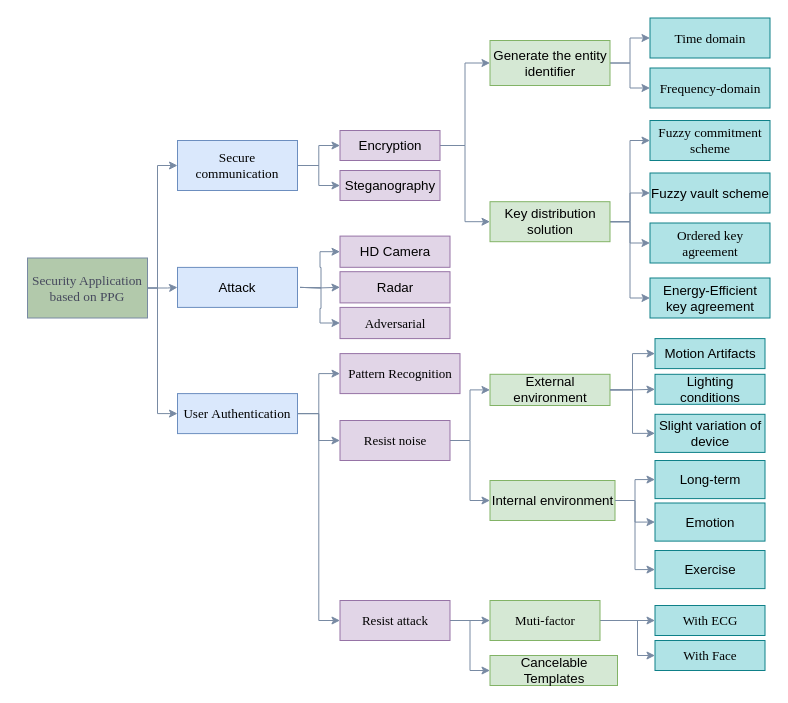
The draw.io diagram classDiagram.drawio in NasTul/Diagrams, before the edit. Source tidied: cells renumbered, new cells numbered last; positions are measured from the earlier drawing's top-left corner, leaving out a move shared by most shapes. Both pictures are drawn from the tidied source at 100%, with x=0, y=0 at pixel (27, 18).
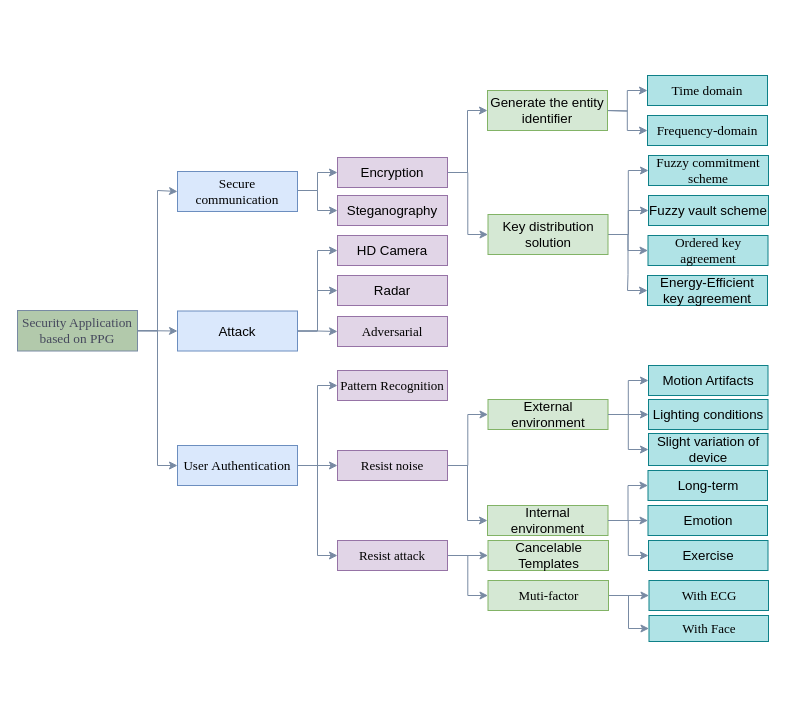
The same page after the edit.

What changed in the source:
```diff
@@
     <mxCell id="2" style="edgeStyle=orthogonalEdgeStyle;rounded=0;jettySize=auto;html=1;entryX=0;entryY=0.5;entryDx=0;entryDy=0;fillColor=#B2C9AB;strokeColor=#788AA3;fontColor=#46495D;exitX=1;exitY=0.5;exitDx=0;exitDy=0;" parent="1" edge="1" source="5" target="10">
       <mxGeometry relative="1" as="geometry">
         <Array as="points">
-          <mxPoint x="130" y="270" />
-          <mxPoint x="130" y="147" />
+          <mxPoint x="130" y="312" />
+          <mxPoint x="130" y="172" />
         </Array>
       </mxGeometry>
     </mxCell>
@@
     <mxCell id="4" style="edgeStyle=orthogonalEdgeStyle;rounded=0;jettySize=auto;html=1;fillColor=#B2C9AB;strokeColor=#788AA3;entryX=0;entryY=0.5;entryDx=0;entryDy=0;fontColor=#46495D;exitX=1;exitY=0.5;exitDx=0;exitDy=0;" parent="1" edge="1" source="5" target="46">
       <mxGeometry relative="1" as="geometry">
         <Array as="points">
-          <mxPoint x="130" y="270" />
-          <mxPoint x="130" y="395" />
+          <mxPoint x="130" y="312" />
+          <mxPoint x="130" y="447" />
         </Array>
       </mxGeometry>
     </mxCell>
     <mxCell id="5" value="&lt;span style=&quot;font-size: 10pt&quot;&gt;&lt;font face=&quot;Times New Roman&quot;&gt;Security Application based on PPG&lt;/font&gt;&lt;/span&gt;" style="rounded=0;whiteSpace=wrap;html=1;fillColor=#B2C9AB;strokeColor=#788AA3;fontColor=#46495D;" parent="1" vertex="1">
-      <mxGeometry y="239.5" width="120" height="60" as="geometry" />
+      <mxGeometry x="-10" y="292" width="120" height="40.5" as="geometry" />
     </mxCell>
@@
-    <mxCell id="8" style="edgeStyle=orthogonalEdgeStyle;rounded=0;jettySize=auto;html=1;entryX=0;entryY=0.5;entryDx=0;entryDy=0;fillColor=#B2C9AB;strokeColor=#788AA3;fontColor=#46495D;" parent="1" edge="1" source="10" target="17">
-      <mxGeometry relative="1" as="geometry" />
+    <mxCell id="8" style="edgeStyle=orthogonalEdgeStyle;rounded=0;jettySize=auto;html=1;entryX=0;entryY=0.5;entryDx=0;entryDy=0;fillColor=#B2C9AB;strokeColor=#788AA3;fontColor=#46495D;" parent="1" edge="1" target="17">
+      <mxGeometry relative="1" as="geometry">
+        <mxPoint x="270" y="182" as="sourcePoint" />
+        <Array as="points">
+          <mxPoint x="270" y="172" />
+          <mxPoint x="290" y="172" />
+          <mxPoint x="290" y="154" />
+        </Array>
+      </mxGeometry>
     </mxCell>
-    <mxCell id="9" style="edgeStyle=orthogonalEdgeStyle;rounded=0;jettySize=auto;html=1;entryX=0;entryY=0.5;entryDx=0;entryDy=0;fillColor=#B2C9AB;strokeColor=#788AA3;fontColor=#46495D;" parent="1" edge="1" source="10" target="18">
-      <mxGeometry relative="1" as="geometry" />
+    <mxCell id="9" style="edgeStyle=orthogonalEdgeStyle;rounded=0;jettySize=auto;html=1;entryX=0;entryY=0.5;entryDx=0;entryDy=0;fillColor=#B2C9AB;strokeColor=#788AA3;fontColor=#46495D;" parent="1" edge="1" target="18">
+      <mxGeometry relative="1" as="geometry">
+        <mxPoint x="270" y="172" as="sourcePoint" />
+        <Array as="points">
+          <mxPoint x="270" y="172" />
+          <mxPoint x="290" y="172" />
+          <mxPoint x="290" y="192" />
+        </Array>
+      </mxGeometry>
     </mxCell>
     <mxCell id="10" value="&lt;span style=&quot;font-size: 10pt&quot;&gt;&lt;font face=&quot;Times New Roman&quot;&gt;Secure communication&lt;/font&gt;&lt;/span&gt;" style="rounded=0;whiteSpace=wrap;html=1;fillColor=#dae8fc;strokeColor=#6c8ebf;" parent="1" vertex="1">
-      <mxGeometry x="150" y="122" width="120" height="50" as="geometry" />
+      <mxGeometry x="150" y="153" width="120" height="40" as="geometry" />
     </mxCell>
-    <mxCell id="11" style="edgeStyle=orthogonalEdgeStyle;rounded=0;jettySize=auto;html=1;entryX=0;entryY=0.5;entryDx=0;entryDy=0;fillColor=#B2C9AB;strokeColor=#788AA3;fontColor=#46495D;" parent="1" edge="1" target="32">
-      <mxGeometry relative="1" as="geometry">
-        <mxPoint x="272.5" y="268.9" as="sourcePoint" />
-      </mxGeometry>
+    <mxCell id="11" style="edgeStyle=orthogonalEdgeStyle;rounded=0;jettySize=auto;html=1;entryX=0;entryY=0.5;entryDx=0;entryDy=0;fillColor=#B2C9AB;strokeColor=#788AA3;fontColor=#46495D;exitX=1;exitY=0.5;exitDx=0;exitDy=0;" parent="1" edge="1" source="14" target="32">
+      <mxGeometry relative="1" as="geometry" />
     </mxCell>
-    <mxCell id="12" style="edgeStyle=orthogonalEdgeStyle;rounded=0;jettySize=auto;html=1;entryX=0;entryY=0.5;entryDx=0;entryDy=0;fillColor=#B2C9AB;strokeColor=#788AA3;fontColor=#46495D;" parent="1" edge="1" target="33">
-      <mxGeometry relative="1" as="geometry">
-        <mxPoint x="272.5" y="268.9" as="sourcePoint" />
-      </mxGeometry>
+    <mxCell id="12" style="edgeStyle=orthogonalEdgeStyle;rounded=0;jettySize=auto;html=1;entryX=0;entryY=0.5;entryDx=0;entryDy=0;fillColor=#B2C9AB;strokeColor=#788AA3;fontColor=#46495D;exitX=1;exitY=0.5;exitDx=0;exitDy=0;" parent="1" edge="1" source="14" target="33">
+      <mxGeometry relative="1" as="geometry" />
     </mxCell>
-    <mxCell id="13" style="edgeStyle=orthogonalEdgeStyle;rounded=0;jettySize=auto;html=1;entryX=0;entryY=0.5;entryDx=0;entryDy=0;fillColor=#B2C9AB;strokeColor=#788AA3;fontColor=#46495D;" parent="1" edge="1" target="31">
-      <mxGeometry relative="1" as="geometry">
-        <mxPoint x="272.5" y="268.9" as="sourcePoint" />
-      </mxGeometry>
+    <mxCell id="13" style="edgeStyle=orthogonalEdgeStyle;rounded=0;jettySize=auto;html=1;entryX=0;entryY=0.5;entryDx=0;entryDy=0;fillColor=#B2C9AB;strokeColor=#788AA3;fontColor=#46495D;exitX=1;exitY=0.5;exitDx=0;exitDy=0;" parent="1" edge="1" source="14" target="31">
+      <mxGeometry relative="1" as="geometry" />
     </mxCell>
     <mxCell id="14" value="&lt;span style=&quot;font-family: &amp;#34;noto_regular&amp;#34; ; font-size: 10pt&quot;&gt;Attack&lt;/span&gt;" style="rounded=0;whiteSpace=wrap;html=1;fillColor=#dae8fc;strokeColor=#6c8ebf;" parent="1" vertex="1">
-      <mxGeometry x="150" y="248.9" width="120" height="40" as="geometry" />
+      <mxGeometry x="150" y="292.5" width="120" height="40" as="geometry" />
     </mxCell>
-    <mxCell id="15" style="edgeStyle=orthogonalEdgeStyle;rounded=0;jettySize=auto;html=1;entryX=0;entryY=0.5;entryDx=0;entryDy=0;fillColor=#B2C9AB;strokeColor=#788AA3;fontColor=#46495D;" parent="1" edge="1" source="17" target="21">
+    <mxCell id="15" style="edgeStyle=orthogonalEdgeStyle;rounded=0;jettySize=auto;html=1;entryX=0;entryY=0.5;entryDx=0;entryDy=0;fillColor=#B2C9AB;strokeColor=#788AA3;fontColor=#46495D;exitX=1;exitY=0.5;exitDx=0;exitDy=0;" parent="1" edge="1" source="17" target="21">
       <mxGeometry relative="1" as="geometry" />
     </mxCell>
-    <mxCell id="16" style="edgeStyle=orthogonalEdgeStyle;rounded=0;jettySize=auto;html=1;entryX=0;entryY=0.5;entryDx=0;entryDy=0;fillColor=#B2C9AB;strokeColor=#788AA3;fontColor=#46495D;" parent="1" edge="1" source="17" target="26">
+    <mxCell id="16" style="edgeStyle=orthogonalEdgeStyle;rounded=0;jettySize=auto;html=1;entryX=0;entryY=0.5;entryDx=0;entryDy=0;fillColor=#B2C9AB;strokeColor=#788AA3;fontColor=#46495D;exitX=1;exitY=0.5;exitDx=0;exitDy=0;" parent="1" edge="1" source="17" target="26">
       <mxGeometry relative="1" as="geometry" />
     </mxCell>
     <mxCell id="17" value="&lt;span style=&quot;font-family: &amp;#34;noto_regular&amp;#34; ; font-size: 10pt&quot;&gt;Encryption&lt;/span&gt;" style="rounded=0;whiteSpace=wrap;html=1;fillColor=#e1d5e7;strokeColor=#9673a6;" parent="1" vertex="1">
-      <mxGeometry x="312.5" y="112" width="100" height="30" as="geometry" />
+      <mxGeometry x="310" y="139" width="110" height="30" as="geometry" />
     </mxCell>
     <mxCell id="18" value="&lt;span style=&quot;font-family: &amp;#34;noto_regular&amp;#34; ; font-size: 10pt&quot;&gt;Steganography&lt;/span&gt;" style="rounded=0;whiteSpace=wrap;html=1;fillColor=#e1d5e7;strokeColor=#9673a6;" parent="1" vertex="1">
-      <mxGeometry x="312.5" y="152" width="100" height="30" as="geometry" />
+      <mxGeometry x="310" y="177" width="110" height="30" as="geometry" />
     </mxCell>
-    <mxCell id="19" style="edgeStyle=orthogonalEdgeStyle;rounded=0;jettySize=auto;html=1;entryX=0;entryY=0.5;entryDx=0;entryDy=0;fillColor=#B2C9AB;strokeColor=#788AA3;fontColor=#46495D;" parent="1" edge="1" source="21" target="51">
-      <mxGeometry relative="1" as="geometry" />
+    <mxCell id="19" style="edgeStyle=orthogonalEdgeStyle;rounded=0;jettySize=auto;html=1;entryX=0;entryY=0.5;entryDx=0;entryDy=0;fillColor=#B2C9AB;strokeColor=#788AA3;fontColor=#46495D;" parent="1" edge="1" target="51">
+      <mxGeometry relative="1" as="geometry">
+        <mxPoint x="578.5" y="92" as="sourcePoint" />
+      </mxGeometry>
     </mxCell>
-    <mxCell id="20" style="edgeStyle=orthogonalEdgeStyle;rounded=0;jettySize=auto;html=1;entryX=0;entryY=0.5;entryDx=0;entryDy=0;fillColor=#B2C9AB;strokeColor=#788AA3;fontColor=#46495D;" parent="1" edge="1" source="21" target="52">
-      <mxGeometry relative="1" as="geometry" />
+    <mxCell id="20" style="edgeStyle=orthogonalEdgeStyle;rounded=0;jettySize=auto;html=1;entryX=0;entryY=0.5;entryDx=0;entryDy=0;fillColor=#B2C9AB;strokeColor=#788AA3;fontColor=#46495D;" parent="1" edge="1" target="52">
+      <mxGeometry relative="1" as="geometry">
+        <mxPoint x="578.5" y="92" as="sourcePoint" />
+      </mxGeometry>
     </mxCell>
     <mxCell id="21" value="&lt;span style=&quot;font-family: &amp;#34;noto_regular&amp;#34; ; font-size: 10pt&quot;&gt;Generate the entity identifier&lt;/span&gt;" style="rounded=0;whiteSpace=wrap;html=1;fillColor=#d5e8d4;strokeColor=#82b366;" parent="1" vertex="1">
-      <mxGeometry x="462.5" y="22" width="120" height="45" as="geometry" />
+      <mxGeometry x="460" y="72" width="120" height="40" as="geometry" />
     </mxCell>
@@
     <mxCell id="26" value="&lt;span style=&quot;font-family: &amp;#34;noto_regular&amp;#34; ; font-size: 10pt&quot;&gt;Key distribution solution&lt;/span&gt;" style="rounded=0;whiteSpace=wrap;html=1;fillColor=#d5e8d4;strokeColor=#82b366;" parent="1" vertex="1">
-      <mxGeometry x="462.5" y="183.2" width="120" height="40" as="geometry" />
+      <mxGeometry x="460.5" y="196" width="120" height="40" as="geometry" />
     </mxCell>
     <mxCell id="27" value="&lt;span style=&quot;font-size: 10pt&quot;&gt;&lt;font face=&quot;Times New Roman&quot;&gt;Fuzzy commitment scheme&lt;/font&gt;&lt;/span&gt;" style="rounded=0;whiteSpace=wrap;html=1;fillColor=#b0e3e6;strokeColor=#0e8088;" parent="1" vertex="1">
-      <mxGeometry x="622.5" y="102" width="120" height="40" as="geometry" />
+      <mxGeometry x="621" y="137" width="120" height="30" as="geometry" />
     </mxCell>
     <mxCell id="28" value="&lt;span style=&quot;font-family: &amp;#34;noto_regular&amp;#34; ; font-size: 10pt&quot;&gt;Fuzzy vault scheme&lt;/span&gt;" style="rounded=0;whiteSpace=wrap;html=1;fillColor=#b0e3e6;strokeColor=#0e8088;" parent="1" vertex="1">
-      <mxGeometry x="622.5" y="154.5" width="120" height="40" as="geometry" />
+      <mxGeometry x="621" y="177" width="120" height="30" as="geometry" />
     </mxCell>
     <mxCell id="29" value="&lt;span style=&quot;font-size: 10pt&quot;&gt;&lt;font face=&quot;Times New Roman&quot;&gt;Ordered key agreement&lt;/font&gt;&lt;/span&gt;" style="rounded=0;whiteSpace=wrap;html=1;fillColor=#b0e3e6;strokeColor=#0e8088;" parent="1" vertex="1">
-      <mxGeometry x="622.5" y="204.5" width="120" height="40" as="geometry" />
+      <mxGeometry x="620.5" y="217" width="120" height="30" as="geometry" />
     </mxCell>
     <mxCell id="30" value="&lt;span style=&quot;font-family: &amp;#34;noto_regular&amp;#34; ; font-size: 10pt&quot;&gt;Energy-Efficient key agreement&lt;/span&gt;" style="rounded=0;whiteSpace=wrap;html=1;fillColor=#b0e3e6;strokeColor=#0e8088;" parent="1" vertex="1">
-      <mxGeometry x="622.5" y="259.5" width="120" height="40" as="geometry" />
+      <mxGeometry x="620" y="257" width="120" height="30" as="geometry" />
     </mxCell>
     <mxCell id="31" value="&lt;span style=&quot;font-family: &amp;#34;noto_regular&amp;#34; ; font-size: 10pt&quot;&gt;HD Camera&lt;/span&gt;" style="rounded=0;whiteSpace=wrap;html=1;fillColor=#e1d5e7;strokeColor=#9673a6;" parent="1" vertex="1">
-      <mxGeometry x="312.5" y="217.6" width="110" height="31.2" as="geometry" />
+      <mxGeometry x="310" y="217" width="110" height="30" as="geometry" />
     </mxCell>
     <mxCell id="32" value="&lt;span style=&quot;font-family: &amp;#34;noto_regular&amp;#34; ; font-size: 10pt&quot;&gt;Radar&lt;/span&gt;" style="rounded=0;whiteSpace=wrap;html=1;fillColor=#e1d5e7;strokeColor=#9673a6;" parent="1" vertex="1">
-      <mxGeometry x="312.5" y="253.2" width="110" height="31.2" as="geometry" />
+      <mxGeometry x="310" y="257" width="110" height="30" as="geometry" />
     </mxCell>
     <mxCell id="33" value="&lt;span style=&quot;font-family: &amp;#34;times new roman&amp;#34; ; font-size: 13px ; text-align: left&quot;&gt;Adversarial &lt;/span&gt;" style="rounded=0;whiteSpace=wrap;html=1;fillColor=#e1d5e7;strokeColor=#9673a6;" parent="1" vertex="1">
-      <mxGeometry x="312.5" y="288.9" width="110" height="31.2" as="geometry" />
+      <mxGeometry x="310" y="298" width="110" height="30" as="geometry" />
     </mxCell>
     <mxCell id="34" value="&lt;font face=&quot;noto_regular&quot;&gt;&lt;span style=&quot;font-size: 13.3333px&quot;&gt;External environment&lt;/span&gt;&lt;/font&gt;" style="rounded=0;whiteSpace=wrap;html=1;fillColor=#d5e8d4;strokeColor=#82b366;" parent="1" vertex="1">
-      <mxGeometry x="462.5" y="355.8" width="120" height="31.2" as="geometry" />
+      <mxGeometry x="460.5" y="381" width="120" height="30" as="geometry" />
     </mxCell>
@@
     <mxCell id="38" value="&lt;font face=&quot;noto_regular&quot;&gt;&lt;span style=&quot;font-size: 13.3333px&quot;&gt;Motion Artifacts&lt;/span&gt;&lt;/font&gt;" style="rounded=0;whiteSpace=wrap;html=1;fillColor=#b0e3e6;strokeColor=#0e8088;" parent="1" vertex="1">
-      <mxGeometry x="627.5" y="320.1" width="110" height="30" as="geometry" />
+      <mxGeometry x="621" y="347" width="119.5" height="30" as="geometry" />
     </mxCell>
     <mxCell id="39" value="&lt;font face=&quot;noto_regular&quot;&gt;&lt;span style=&quot;font-size: 13.3333px&quot;&gt;Lighting conditions&lt;/span&gt;&lt;/font&gt;" style="rounded=0;whiteSpace=wrap;html=1;fillColor=#b0e3e6;strokeColor=#0e8088;" parent="1" vertex="1">
-      <mxGeometry x="627.5" y="355.8" width="110" height="30" as="geometry" />
+      <mxGeometry x="621" y="381" width="119.5" height="30" as="geometry" />
     </mxCell>
     <mxCell id="40" value="&lt;font face=&quot;noto_regular&quot;&gt;&lt;span style=&quot;font-size: 13.3333px&quot;&gt;Slight variation of device&lt;/span&gt;&lt;/font&gt;" style="rounded=0;whiteSpace=wrap;html=1;fillColor=#b0e3e6;strokeColor=#0e8088;" parent="1" vertex="1">
-      <mxGeometry x="627.5" y="395.8" width="110" height="38.1" as="geometry" />
+      <mxGeometry x="621" y="415" width="119.5" height="32" as="geometry" />
     </mxCell>
@@
     <mxCell id="42" value="&lt;p&gt;&lt;font face=&quot;noto_regular&quot;&gt;&lt;span style=&quot;font-size: 13.3333px&quot;&gt;Internal environment&lt;/span&gt;&lt;/font&gt;&lt;br&gt;&lt;/p&gt;" style="rounded=0;whiteSpace=wrap;html=1;fillColor=#d5e8d4;strokeColor=#82b366;" parent="1" vertex="1">
-      <mxGeometry x="462.5" y="462" width="125" height="40" as="geometry" />
+      <mxGeometry x="460" y="487" width="120.5" height="30" as="geometry" />
     </mxCell>
@@
     <mxCell id="46" value="&lt;font face=&quot;Times New Roman&quot;&gt;User&amp;nbsp;&lt;span style=&quot;font-size: 10pt&quot;&gt;Authentication&lt;/span&gt;&lt;/font&gt;" style="rounded=0;whiteSpace=wrap;html=1;fontSize=13;fillColor=#dae8fc;strokeColor=#6c8ebf;" parent="1" vertex="1">
-      <mxGeometry x="150" y="375.1" width="120" height="40" as="geometry" />
+      <mxGeometry x="150" y="427" width="120" height="40" as="geometry" />
     </mxCell>
     <mxCell id="47" value="&lt;font face=&quot;Times New Roman&quot;&gt;Resist noise&lt;/font&gt;" style="rounded=0;whiteSpace=wrap;html=1;fontSize=13;fillColor=#e1d5e7;strokeColor=#9673a6;" parent="1" vertex="1">
-      <mxGeometry x="312.5" y="402" width="110" height="40" as="geometry" />
+      <mxGeometry x="310" y="432" width="110" height="30" as="geometry" />
     </mxCell>
-    <mxCell id="48" style="edgeStyle=orthogonalEdgeStyle;rounded=0;jettySize=auto;html=1;entryX=0;entryY=0.5;entryDx=0;entryDy=0;fillColor=#B2C9AB;strokeColor=#788AA3;fontColor=#46495D;" parent="1" edge="1" source="50" target="53">
-      <mxGeometry relative="1" as="geometry" />
+    <mxCell id="48" style="edgeStyle=orthogonalEdgeStyle;rounded=0;jettySize=auto;html=1;entryX=0;entryY=0.5;entryDx=0;entryDy=0;fillColor=#B2C9AB;strokeColor=#788AA3;fontColor=#46495D;exitX=1;exitY=0.5;exitDx=0;exitDy=0;" parent="1" edge="1" source="50" target="53">
+      <mxGeometry relative="1" as="geometry">
+        <Array as="points">
+          <mxPoint x="622" y="577" />
+        </Array>
+      </mxGeometry>
     </mxCell>
-    <mxCell id="49" style="edgeStyle=orthogonalEdgeStyle;rounded=0;jettySize=auto;html=1;entryX=0;entryY=0.5;entryDx=0;entryDy=0;fillColor=#B2C9AB;strokeColor=#788AA3;fontColor=#46495D;" parent="1" edge="1" source="50" target="54">
+    <mxCell id="49" style="edgeStyle=orthogonalEdgeStyle;rounded=0;jettySize=auto;html=1;entryX=0;entryY=0.5;entryDx=0;entryDy=0;fillColor=#B2C9AB;strokeColor=#788AA3;fontColor=#46495D;exitX=1;exitY=0.5;exitDx=0;exitDy=0;" parent="1" edge="1" source="50" target="54">
       <mxGeometry relative="1" as="geometry">
         <Array as="points">
-          <mxPoint x="610" y="602" />
-          <mxPoint x="610" y="637" />
+          <mxPoint x="601" y="577" />
+          <mxPoint x="601" y="610" />
         </Array>
       </mxGeometry>
     </mxCell>
     <mxCell id="50" value="&lt;font face=&quot;Times New Roman&quot;&gt;Muti-factor&lt;/font&gt;" style="rounded=0;whiteSpace=wrap;html=1;fontSize=13;fillColor=#d5e8d4;strokeColor=#82b366;" parent="1" vertex="1">
-      <mxGeometry x="462.5" y="582" width="110" height="40" as="geometry" />
+      <mxGeometry x="460.5" y="562" width="120.5" height="30" as="geometry" />
     </mxCell>
     <mxCell id="51" value="&lt;font face=&quot;Times New Roman&quot;&gt;&lt;span style=&quot;font-size: 10pt&quot;&gt;Time &lt;/span&gt;&lt;span style=&quot;font-size: 13.3333px&quot;&gt;domain&lt;/span&gt;&lt;br&gt;&lt;/font&gt;" style="rounded=0;whiteSpace=wrap;html=1;fillColor=#b0e3e6;strokeColor=#0e8088;" parent="1" vertex="1">
-      <mxGeometry x="622.5" y="-0.5" width="120" height="40" as="geometry" />
+      <mxGeometry x="620" y="57" width="120" height="30" as="geometry" />
     </mxCell>
     <mxCell id="52" value="&lt;font face=&quot;Times New Roman&quot;&gt;&lt;span style=&quot;font-size: 13.3333px&quot;&gt;Frequency-domain&lt;/span&gt;&lt;br&gt;&lt;/font&gt;" style="rounded=0;whiteSpace=wrap;html=1;fillColor=#b0e3e6;strokeColor=#0e8088;" parent="1" vertex="1">
-      <mxGeometry x="622.5" y="49.5" width="120" height="40" as="geometry" />
+      <mxGeometry x="620" y="97" width="120" height="30" as="geometry" />
     </mxCell>
     <mxCell id="53" value="&lt;font face=&quot;Times New Roman&quot;&gt;With&amp;nbsp;ECG&lt;/font&gt;" style="whiteSpace=wrap;html=1;rounded=0;fontSize=13;strokeColor=#0e8088;fillColor=#b0e3e6;" parent="1" vertex="1">
-      <mxGeometry x="627.5" y="587" width="110" height="30" as="geometry" />
+      <mxGeometry x="621.5" y="562" width="119.5" height="30" as="geometry" />
     </mxCell>
     <mxCell id="54" value="&lt;font face=&quot;Times New Roman&quot;&gt;With&amp;nbsp;Face&lt;/font&gt;" style="whiteSpace=wrap;html=1;rounded=0;fontSize=13;strokeColor=#0e8088;fillColor=#b0e3e6;" parent="1" vertex="1">
-      <mxGeometry x="627.5" y="622" width="110" height="30" as="geometry" />
+      <mxGeometry x="621.5" y="597" width="119.5" height="26" as="geometry" />
     </mxCell>
     <mxCell id="55" value="&lt;font face=&quot;noto_regular&quot;&gt;&lt;span style=&quot;font-size: 13.3333px&quot;&gt;Long-term&lt;/span&gt;&lt;/font&gt;" style="rounded=0;whiteSpace=wrap;html=1;fillColor=#b0e3e6;strokeColor=#0e8088;" parent="1" vertex="1">
-      <mxGeometry x="627.5" y="442" width="110" height="38.1" as="geometry" />
+      <mxGeometry x="620.5" y="452" width="119.5" height="30" as="geometry" />
     </mxCell>
@@
     <mxCell id="57" value="&lt;font face=&quot;noto_regular&quot;&gt;&lt;span style=&quot;font-size: 13.3333px&quot;&gt;Emotion&lt;/span&gt;&lt;/font&gt;" style="rounded=0;whiteSpace=wrap;html=1;fillColor=#b0e3e6;strokeColor=#0e8088;" parent="1" vertex="1">
-      <mxGeometry x="627.5" y="484.5" width="110" height="38.1" as="geometry" />
+      <mxGeometry x="620.5" y="487" width="119.5" height="30" as="geometry" />
     </mxCell>
@@
     <mxCell id="59" value="&lt;font face=&quot;Times New Roman&quot;&gt;Pattern Recognition&lt;/font&gt;" style="rounded=0;whiteSpace=wrap;html=1;fontSize=13;fillColor=#e1d5e7;strokeColor=#9673a6;" parent="1" vertex="1">
-      <mxGeometry x="312.5" y="335.1" width="120" height="40" as="geometry" />
+      <mxGeometry x="310" y="352" width="110" height="30" as="geometry" />
     </mxCell>
     <mxCell id="60" value="&lt;span style=&quot;font-family: &amp;#34;noto_regular&amp;#34; ; font-size: 10pt&quot;&gt;Cancelable Templates&lt;/span&gt;" style="rounded=0;whiteSpace=wrap;html=1;fillColor=#d5e8d4;strokeColor=#82b366;" parent="1" vertex="1">
-      <mxGeometry x="462.5" y="637" width="127.5" height="30" as="geometry" />
+      <mxGeometry x="460.5" y="522" width="120.5" height="30" as="geometry" />
     </mxCell>
@@
     <mxCell id="63" value="&lt;font face=&quot;Times New Roman&quot;&gt;Resist attack&lt;/font&gt;" style="rounded=0;whiteSpace=wrap;html=1;fontSize=13;fillColor=#e1d5e7;strokeColor=#9673a6;" parent="1" vertex="1">
-      <mxGeometry x="312.5" y="582" width="110" height="40" as="geometry" />
+      <mxGeometry x="310" y="522" width="110" height="30" as="geometry" />
     </mxCell>
     <mxCell id="64" value="&lt;font face=&quot;noto_regular&quot;&gt;&lt;span style=&quot;font-size: 13.3333px&quot;&gt;Exercise&lt;/span&gt;&lt;/font&gt;" style="rounded=0;whiteSpace=wrap;html=1;fillColor=#b0e3e6;strokeColor=#0e8088;" parent="1" vertex="1">
-      <mxGeometry x="627.5" y="532" width="110" height="38.1" as="geometry" />
+      <mxGeometry x="621" y="522" width="119.5" height="30" as="geometry" />
     </mxCell>
```
